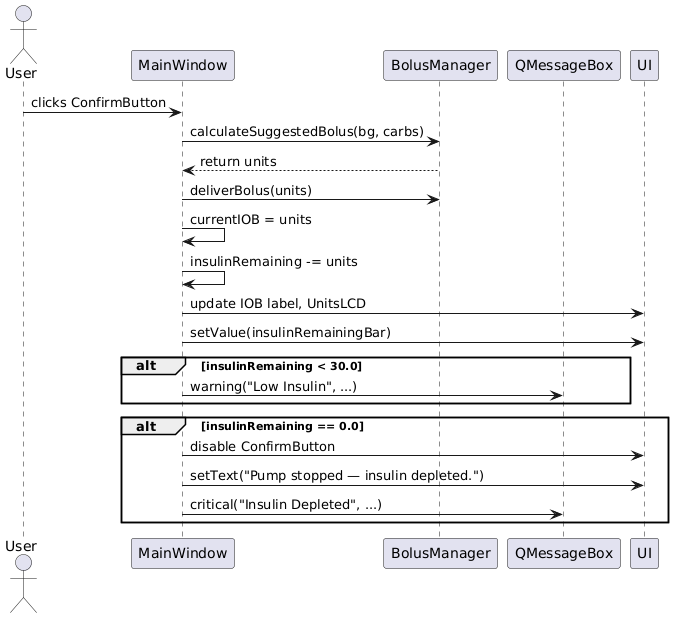
The PlantUML diagram Diagrams-Usecases/Sequence-Diagrams(Emergency-Scenarios)/Low-Insulin.png in cgawdzik/COMP3004-TeamProject, before a commit. The source it was exported from:
```plantuml
@startuml
actor User
participant MainWindow
participant BolusManager
participant QMessageBox
participant UI

User -> MainWindow : clicks ConfirmButton
MainWindow -> BolusManager : calculateSuggestedBolus(bg, carbs)
BolusManager --> MainWindow : return units
MainWindow -> BolusManager : deliverBolus(units)
MainWindow -> MainWindow : currentIOB = units
MainWindow -> MainWindow : insulinRemaining -= units
MainWindow -> UI : update IOB label, UnitsLCD
MainWindow -> UI : setValue(insulinRemainingBar)

alt insulinRemaining < 30.0
    MainWindow -> QMessageBox : warning("Low Insulin", ...)
end

alt insulinRemaining == 0.0
    MainWindow -> UI : disable ConfirmButton
    MainWindow -> UI : setText("Pump stopped — insulin depleted.")
    MainWindow -> QMessageBox : critical("Insulin Depleted", ...)
end
@enduml
```
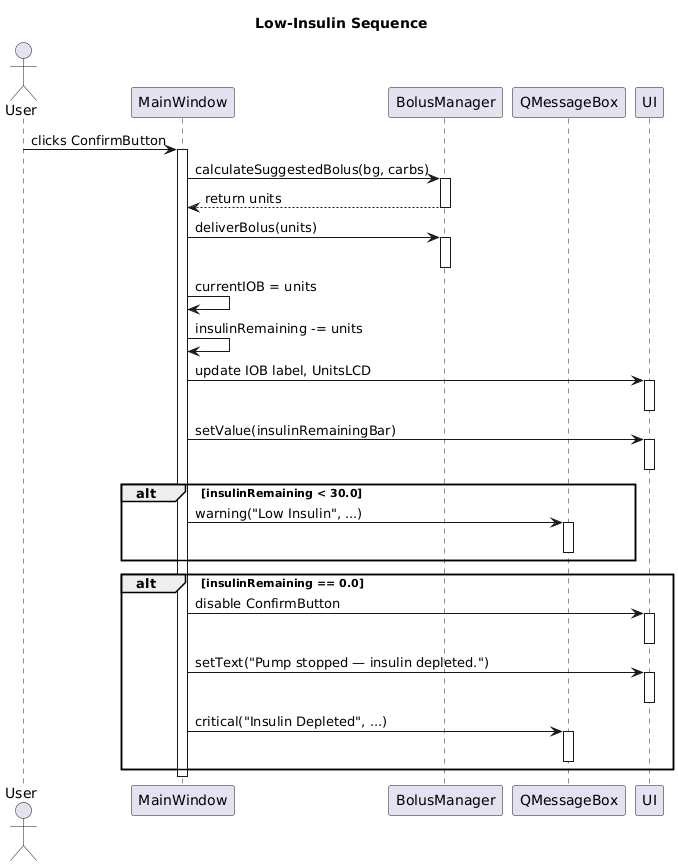
After the change.

Change to the diagram source:
```diff
@@ -1,4 +1,6 @@
 @startuml
+title Low-Insulin Sequence
+
 actor User
 participant MainWindow
 participant BolusManager
@@ -6,21 +8,47 @@
 participant UI
 
 User -> MainWindow : clicks ConfirmButton
+activate MainWindow
+
 MainWindow -> BolusManager : calculateSuggestedBolus(bg, carbs)
+activate BolusManager
 BolusManager --> MainWindow : return units
+deactivate BolusManager
+
 MainWindow -> BolusManager : deliverBolus(units)
+activate BolusManager
+deactivate BolusManager
+
 MainWindow -> MainWindow : currentIOB = units
 MainWindow -> MainWindow : insulinRemaining -= units
+
 MainWindow -> UI : update IOB label, UnitsLCD
+activate UI
+deactivate UI
+
 MainWindow -> UI : setValue(insulinRemainingBar)
+activate UI
+deactivate UI
 
 alt insulinRemaining < 30.0
     MainWindow -> QMessageBox : warning("Low Insulin", ...)
+    activate QMessageBox
+    deactivate QMessageBox
 end
 
 alt insulinRemaining == 0.0
     MainWindow -> UI : disable ConfirmButton
+    activate UI
+    deactivate UI
+
     MainWindow -> UI : setText("Pump stopped — insulin depleted.")
+    activate UI
+    deactivate UI
+
     MainWindow -> QMessageBox : critical("Insulin Depleted", ...)
+    activate QMessageBox
+    deactivate QMessageBox
 end
+
+deactivate MainWindow
 @enduml
```
